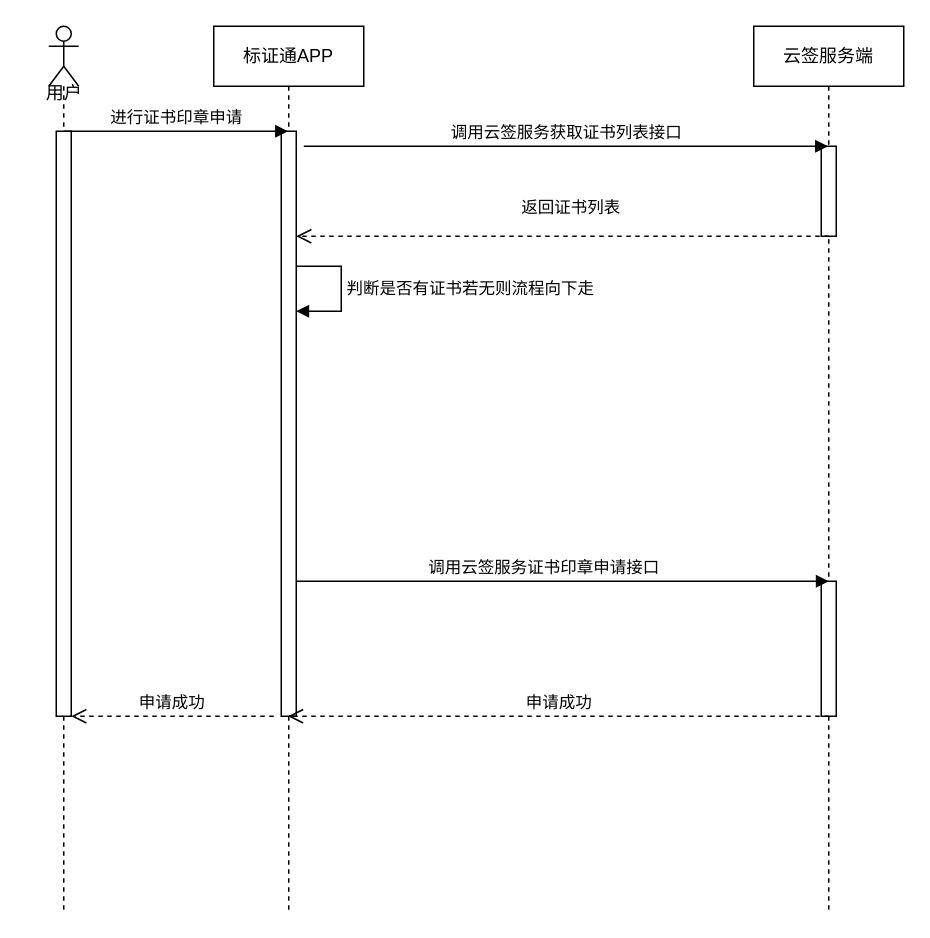
Earlier version of the draw.io diagram 标证通-云签采集.drawio (ljhaust/ssmstudy). Source tidied: cells renumbered, new cells numbered last; positions are measured from the earlier drawing's top-left corner, leaving out a move shared by most shapes. Both pictures are drawn from the tidied source at 150%, with x=0, y=0 at pixel (26, 26).
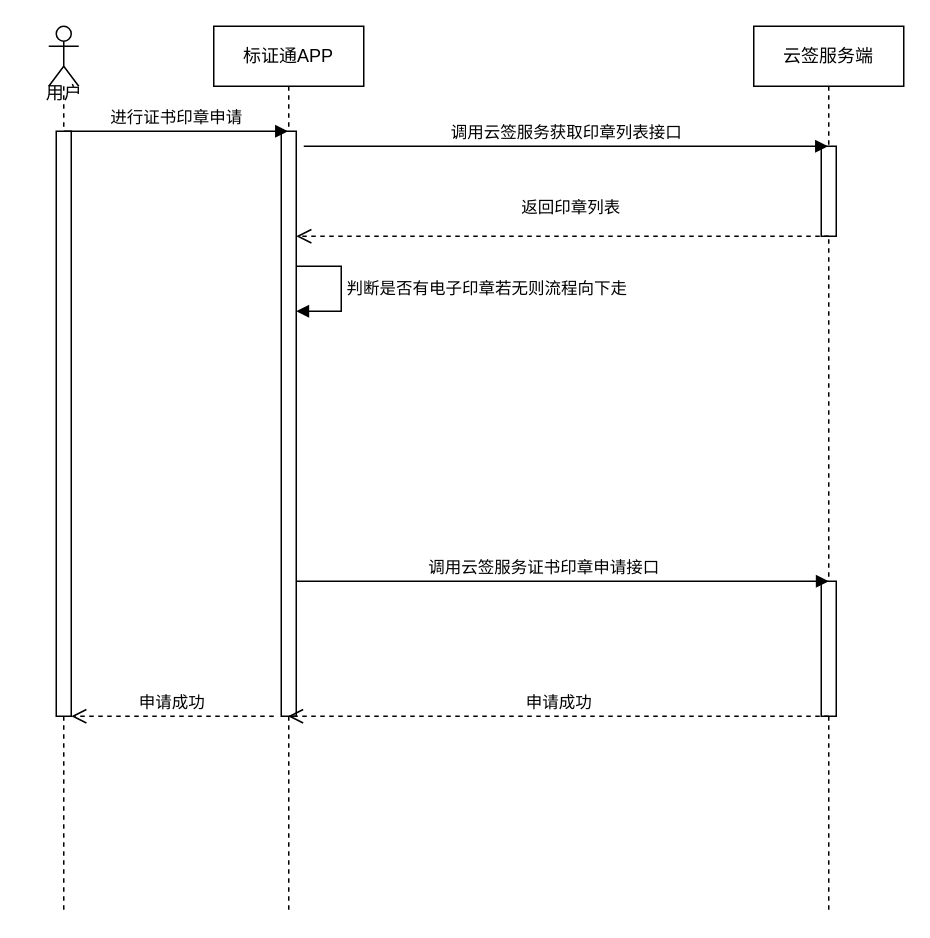
After the change.

Commit message (it also covers changes not shown here):
更新标证通-云签采集.drawio

Unchanged cells that the change refers to:
```xml
<mxCell id="2" value="标证通APP" style="shape=umlLifeline;perimeter=lifelinePerimeter;whiteSpace=wrap;html=1;outlineConnect=0;portConstraint=eastwest;newEdgeStyle={&quot;edgeStyle&quot;:&quot;elbowEdgeStyle&quot;,&quot;elbow&quot;:&quot;vertical&quot;,&quot;curved&quot;:0,&quot;rounded&quot;:0};" parent="1" vertex="1">
  <mxGeometry x="125" width="100" height="590" as="geometry" />
</mxCell>
<mxCell id="3" style="html=1;points=[];perimeter=orthogonalPerimeter;outlineConnect=0;targetShapes=umlLifeline;portConstraint=eastwest;newEdgeStyle={&quot;edgeStyle&quot;:&quot;elbowEdgeStyle&quot;,&quot;elbow&quot;:&quot;vertical&quot;,&quot;curved&quot;:0,&quot;rounded&quot;:0};" parent="2" vertex="1">
  <mxGeometry x="45" y="70" width="10" height="390" as="geometry" />
</mxCell>
<mxCell id="5" value="云签服务端" style="shape=umlLifeline;perimeter=lifelinePerimeter;whiteSpace=wrap;html=1;outlineConnect=0;portConstraint=eastwest;newEdgeStyle={&quot;edgeStyle&quot;:&quot;elbowEdgeStyle&quot;,&quot;elbow&quot;:&quot;vertical&quot;,&quot;curved&quot;:0,&quot;rounded&quot;:0};" parent="1" vertex="1">
  <mxGeometry x="485" width="100" height="590" as="geometry" />
</mxCell>
```

Diff of the diagram source:
```diff
@@
-    <mxCell id="4" value="判断是否有证书若无则流程向下走" style="html=1;align=left;spacingLeft=2;endArrow=block;rounded=0;edgeStyle=orthogonalEdgeStyle;curved=0;rounded=0;" parent="2" edge="1">
+    <mxCell id="4" value="判断是否有电子印章若无则流程向下走" style="html=1;align=left;spacingLeft=2;endArrow=block;rounded=0;edgeStyle=orthogonalEdgeStyle;curved=0;rounded=0;" parent="2" edge="1">
       <mxGeometry relative="1" as="geometry">
         <mxPoint x="55" y="160" as="sourcePoint" />
         <mxPoint x="55" y="190" as="targetPoint" />
         <Array as="points">
           <mxPoint x="85" y="190" />
         </Array>
       </mxGeometry>
     </mxCell>
@@
-    <mxCell id="14" value="调用云签服务获取证书列表接口" style="html=1;verticalAlign=bottom;endArrow=block;edgeStyle=elbowEdgeStyle;elbow=vertical;curved=0;rounded=0;" parent="1" edge="1" target="5">
+    <mxCell id="14" value="调用云签服务获取印章列表接口" style="html=1;verticalAlign=bottom;endArrow=block;edgeStyle=elbowEdgeStyle;elbow=vertical;curved=0;rounded=0;" parent="1" edge="1" target="5">
       <mxGeometry relative="1" as="geometry">
         <mxPoint x="185" y="80" as="sourcePoint" />
       </mxGeometry>
     </mxCell>
-    <mxCell id="15" value="返回证书列表" style="html=1;verticalAlign=bottom;endArrow=open;dashed=1;endSize=8;edgeStyle=elbowEdgeStyle;elbow=vertical;curved=0;rounded=0;" parent="1" edge="1" target="3">
+    <mxCell id="15" value="返回印章列表" style="html=1;verticalAlign=bottom;endArrow=open;dashed=1;endSize=8;edgeStyle=elbowEdgeStyle;elbow=vertical;curved=0;rounded=0;" parent="1" edge="1" target="3">
       <mxGeometry x="-0.03" y="-10" relative="1" as="geometry">
         <mxPoint x="535" y="140" as="sourcePoint" />
         <Array as="points">
           <mxPoint x="365" y="140" />
         </Array>
       </mxGeometry>
     </mxCell>
```
